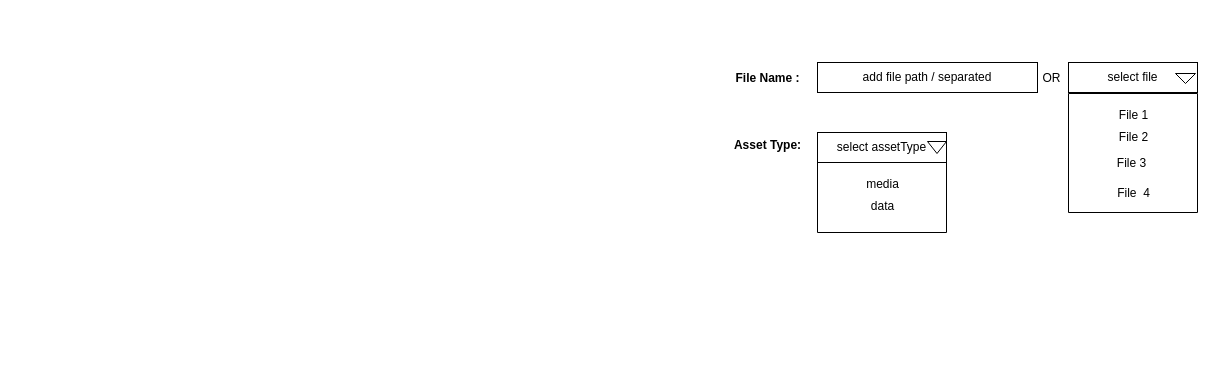
The draw.io diagram Untitled Diagram.drawio in NayanKhedkar/Design, before the edit. Source tidied: cells renumbered, new cells numbered last; positions are measured from the earlier drawing's top-left corner, leaving out a move shared by most shapes. Both pictures are drawn from the tidied source at 100%, with x=0, y=0 at pixel (722, 62).
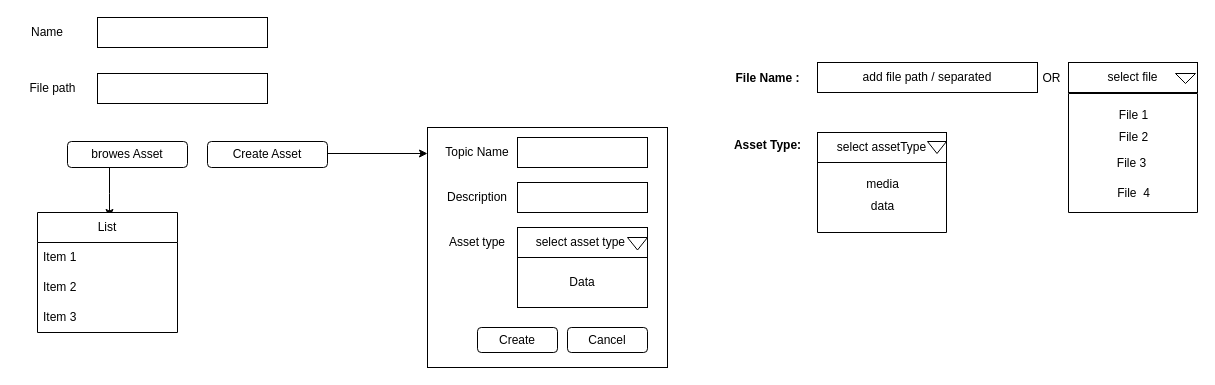
Above is the later version.

Change to the diagram source:
```diff
@@
+    <mxCell id="18" value="Name" style="text;html=1;strokeColor=none;fillColor=none;align=center;verticalAlign=middle;whiteSpace=wrap;rounded=0;" parent="1" vertex="1">
+      <mxGeometry x="-705" y="-45" width="60" height="30" as="geometry" />
+    </mxCell>
+    <mxCell id="19" style="rounded=0;whiteSpace=wrap;html=1;" parent="1" vertex="1">
+      <mxGeometry x="-625" y="-45" width="170" height="30" as="geometry" />
+    </mxCell>
+    <mxCell id="20" style="rounded=0;whiteSpace=wrap;html=1;" parent="1" vertex="1">
+      <mxGeometry x="-625" y="11" width="170" height="30" as="geometry" />
+    </mxCell>
+    <mxCell id="21" value="File path" style="text;html=1;align=center;verticalAlign=middle;strokeColor=none;fillColor=none;" parent="1" vertex="1">
+      <mxGeometry x="-705" y="11" width="70" height="30" as="geometry" />
+    </mxCell>
+    <mxCell id="22" value="browes Asset" style="rounded=1;whiteSpace=wrap;html=1;" parent="1" vertex="1">
+      <mxGeometry x="-655" y="79" width="120" height="26" as="geometry" />
+    </mxCell>
+    <mxCell id="23" value="Create Asset" style="rounded=1;whiteSpace=wrap;html=1;" parent="1" vertex="1">
+      <mxGeometry x="-515" y="79" width="120" height="26" as="geometry" />
+    </mxCell>
+    <mxCell id="24" style="endArrow=classic;html=1;rounded=0;" parent="1" edge="1">
+      <mxGeometry relative="1" as="geometry">
+        <mxPoint x="-395" y="91" as="sourcePoint" />
+        <mxPoint x="-295" y="91" as="targetPoint" />
+      </mxGeometry>
+    </mxCell>
+    <mxCell id="25" style="whiteSpace=wrap;html=1;" parent="1" vertex="1">
+      <mxGeometry x="-295" y="65" width="240" height="240" as="geometry" />
+    </mxCell>
+    <mxCell id="26" value="Topic Name" style="text;html=1;strokeColor=none;fillColor=none;align=center;verticalAlign=middle;whiteSpace=wrap;rounded=0;" parent="1" vertex="1">
+      <mxGeometry x="-285" y="75" width="80" height="30" as="geometry" />
+    </mxCell>
+    <mxCell id="27" value="Description" style="text;html=1;strokeColor=none;fillColor=none;align=center;verticalAlign=middle;whiteSpace=wrap;rounded=0;" parent="1" vertex="1">
+      <mxGeometry x="-285" y="120" width="80" height="30" as="geometry" />
+    </mxCell>
+    <mxCell id="28" value="Asset type" style="text;html=1;strokeColor=none;fillColor=none;align=center;verticalAlign=middle;whiteSpace=wrap;rounded=0;" parent="1" vertex="1">
+      <mxGeometry x="-285" y="165" width="80" height="30" as="geometry" />
+    </mxCell>
+    <mxCell id="29" style="rounded=0;whiteSpace=wrap;html=1;" parent="1" vertex="1">
+      <mxGeometry x="-205" y="75" width="130" height="30" as="geometry" />
+    </mxCell>
+    <mxCell id="30" style="rounded=0;whiteSpace=wrap;html=1;" parent="1" vertex="1">
+      <mxGeometry x="-205" y="120" width="130" height="30" as="geometry" />
+    </mxCell>
+    <mxCell id="31" value="select asset type&amp;nbsp;" style="rounded=0;whiteSpace=wrap;html=1;" parent="1" vertex="1">
+      <mxGeometry x="-205" y="165" width="130" height="30" as="geometry" />
+    </mxCell>
+    <mxCell id="32" style="triangle;whiteSpace=wrap;html=1;direction=south;" parent="1" vertex="1">
+      <mxGeometry x="-95" y="175" width="20" height="12.5" as="geometry" />
+    </mxCell>
+    <mxCell id="33" value="Data" style="rounded=0;whiteSpace=wrap;html=1;" parent="1" vertex="1">
+      <mxGeometry x="-205" y="195" width="130" height="50" as="geometry" />
+    </mxCell>
+    <mxCell id="34" value="Create" style="rounded=1;whiteSpace=wrap;html=1;" parent="1" vertex="1">
+      <mxGeometry x="-245" y="265" width="80" height="25" as="geometry" />
+    </mxCell>
+    <mxCell id="35" value="Cancel" style="rounded=1;whiteSpace=wrap;html=1;" parent="1" vertex="1">
+      <mxGeometry x="-155" y="265" width="80" height="25" as="geometry" />
+    </mxCell>
+    <mxCell id="36" style="endArrow=classic;html=1;rounded=0;exitX=0.35;exitY=1.154;exitDx=0;exitDy=0;exitPerimeter=0;" parent="1" edge="1">
+      <mxGeometry relative="1" as="geometry">
+        <mxPoint x="-613" y="105" as="sourcePoint" />
+        <mxPoint x="-613" y="155" as="targetPoint" />
+        <Array as="points">
+          <mxPoint x="-613" y="131" />
+        </Array>
+      </mxGeometry>
+    </mxCell>
+    <mxCell id="37" value="List" style="swimlane;fontStyle=0;horizontal=1;startSize=30;whiteSpace=wrap;html=1;" parent="1" vertex="1">
+      <mxGeometry x="-685" y="150" width="140" height="120" as="geometry" />
+    </mxCell>
+    <mxCell id="38" value="Item 1" style="text;strokeColor=none;fillColor=none;align=left;verticalAlign=middle;spacingLeft=4;spacingRight=4;overflow=hidden;whiteSpace=wrap;html=1;" parent="37" vertex="1">
+      <mxGeometry y="30" width="140" height="30" as="geometry" />
+    </mxCell>
+    <mxCell id="39" value="Item 2" style="text;strokeColor=none;fillColor=none;align=left;verticalAlign=middle;spacingLeft=4;spacingRight=4;overflow=hidden;whiteSpace=wrap;html=1;" parent="37" vertex="1">
+      <mxGeometry y="60" width="140" height="30" as="geometry" />
+    </mxCell>
+    <mxCell id="40" value="Item 3" style="text;strokeColor=none;fillColor=none;align=left;verticalAlign=middle;spacingLeft=4;spacingRight=4;overflow=hidden;whiteSpace=wrap;html=1;" parent="37" vertex="1">
+      <mxGeometry y="90" width="140" height="30" as="geometry" />
+    </mxCell>
```
